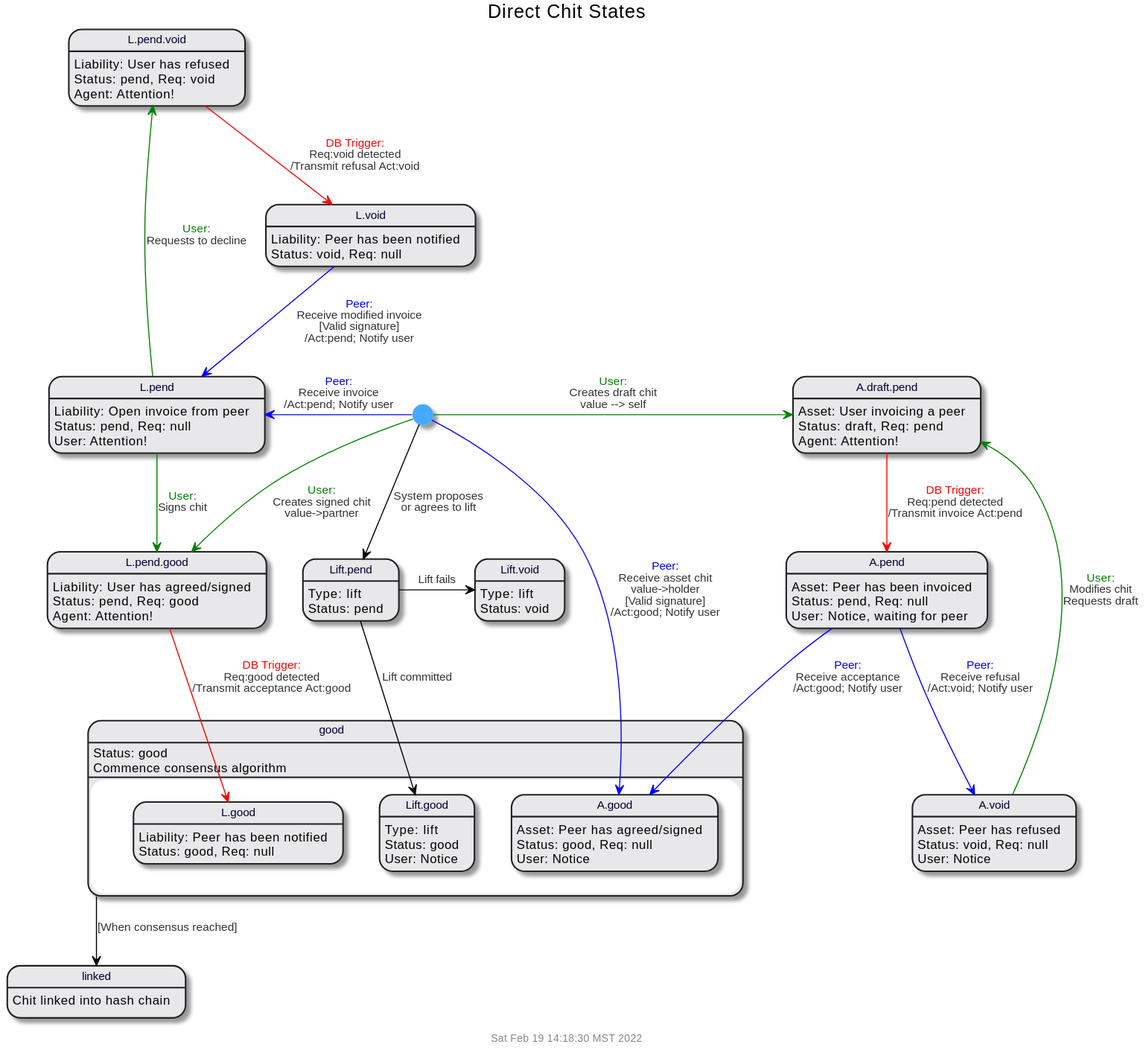
Above: doc/uml/state-chit.svg in gotchoices/MyCHIPs (PlantUML), before the change.
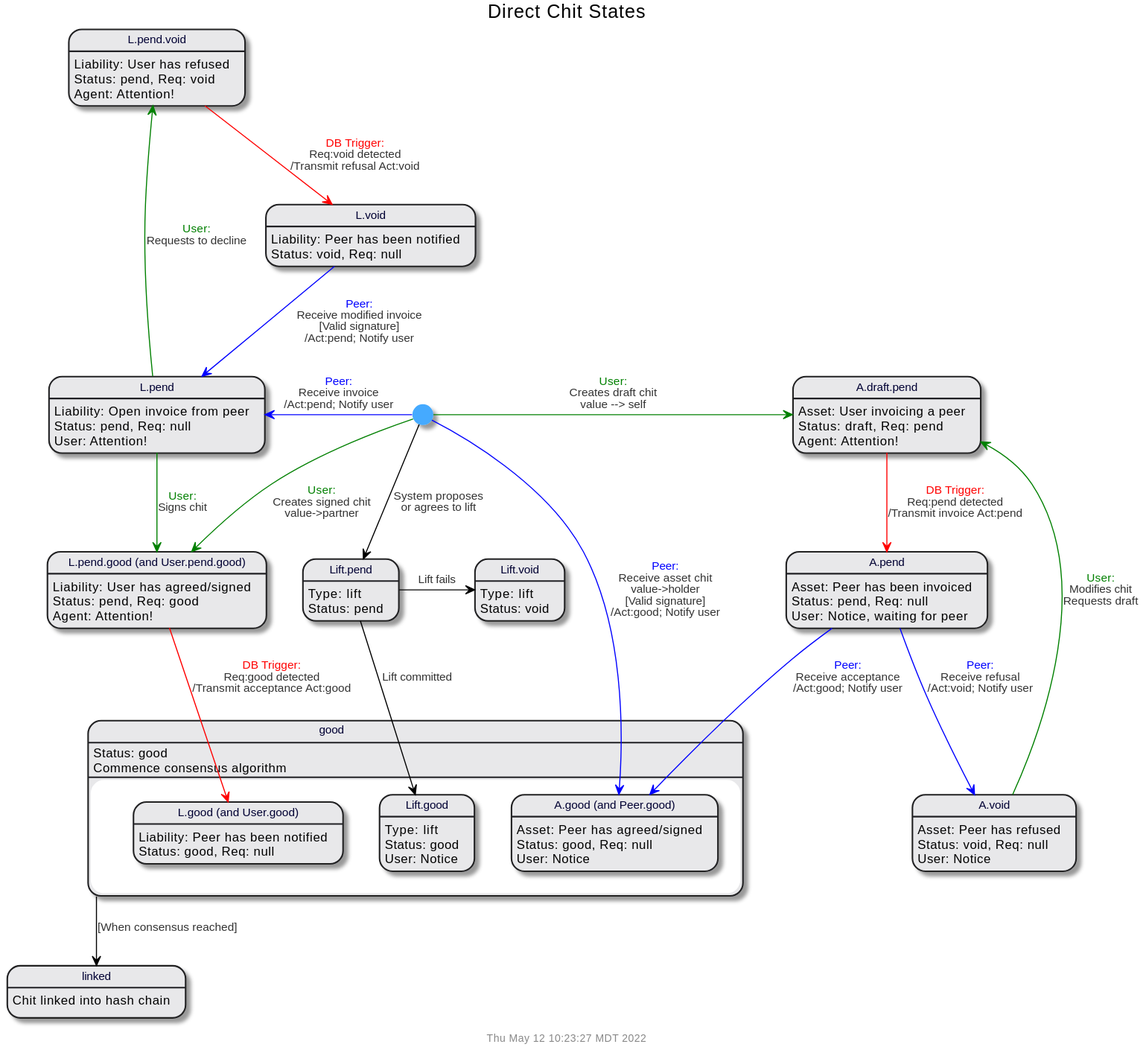
After the commit.

Change to the diagram source:
```diff
@@ -2,7 +2,7 @@
 !include common.puml
 
 $title(Direct Chit States)
-state "L.pend.good" as lPendGood
+state "L.pend.good (and User.pend.good)" as lPendGood
 state "L.pend" as lPend
 state "L.pend.void" as lPendVoid
 state "L.void" as lVoid
@@ -12,8 +12,8 @@
 state "Lift.pend" as liftPend
 state "Lift.void" as liftVoid
 state good {
-  state "L.good" as lGood
-  state "A.good" as aGood
+  state "L.good (and User.good)" as lGood
+  state "A.good (and Peer.good)" as aGood
   state "Lift.good" as liftGood
 }
 
```
